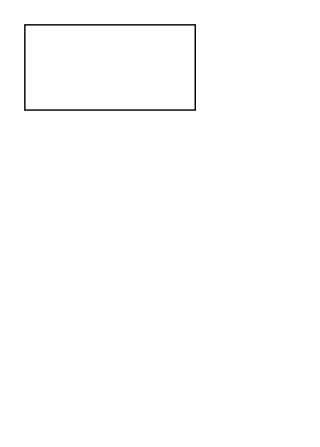
This is page "admin" (1 of 4) of user_flow_diagram.drawio from reynchick/mciistcrepo, a draw.io file, before an edit. Source tidied: cells renumbered, new cells numbered last; positions are measured from the earlier drawing's top-left corner, leaving out a move shared by most shapes. Both pictures are drawn from the tidied source at 142%, with x=0, y=0 at pixel (24, 24).
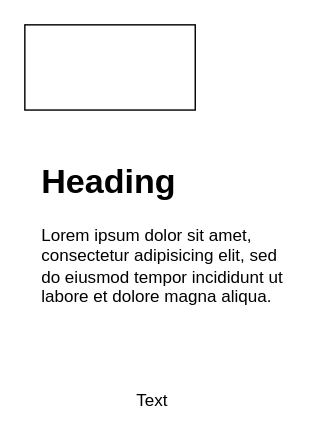
Above is the later version.

Commit message:
chart: added tabs

Diff of the diagram source:
```diff
@@
 <mxGraphModel>
   <root>
     <mxCell id="0" />
     <mxCell id="1" parent="0" />
     <mxCell id="2" style="rounded=0;whiteSpace=wrap;html=1;" parent="1" vertex="1">
       <mxGeometry width="120" height="60" as="geometry" />
     </mxCell>
+    <mxCell id="3" value="&lt;h1 style=&quot;margin-top: 0px;&quot;&gt;Heading&lt;/h1&gt;&lt;p&gt;Lorem ipsum dolor sit amet, consectetur adipisicing elit, sed do eiusmod tempor incididunt ut labore et dolore magna aliqua.&lt;/p&gt;" style="text;html=1;whiteSpace=wrap;overflow=hidden;rounded=0;" parent="1" vertex="1">
+      <mxGeometry x="10" y="90" width="180" height="120" as="geometry" />
+    </mxCell>
+    <mxCell id="4" value="Text" style="text;html=1;whiteSpace=wrap;strokeColor=none;fillColor=none;align=center;verticalAlign=middle;rounded=0;" parent="1" vertex="1">
+      <mxGeometry x="60" y="250" width="60" height="30" as="geometry" />
+    </mxCell>
   </root>
 </mxGraphModel>
```
